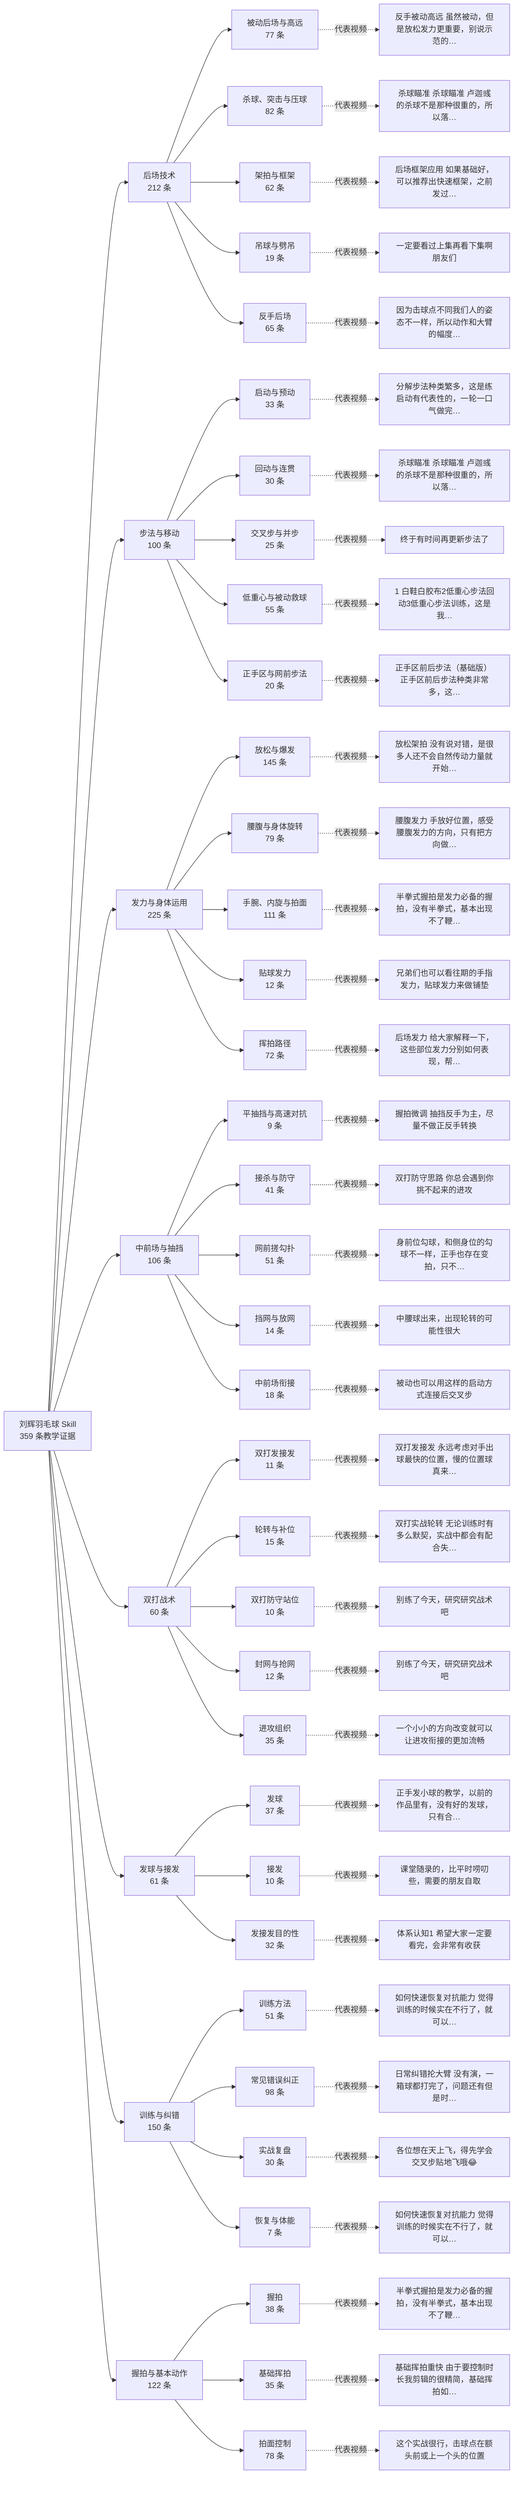
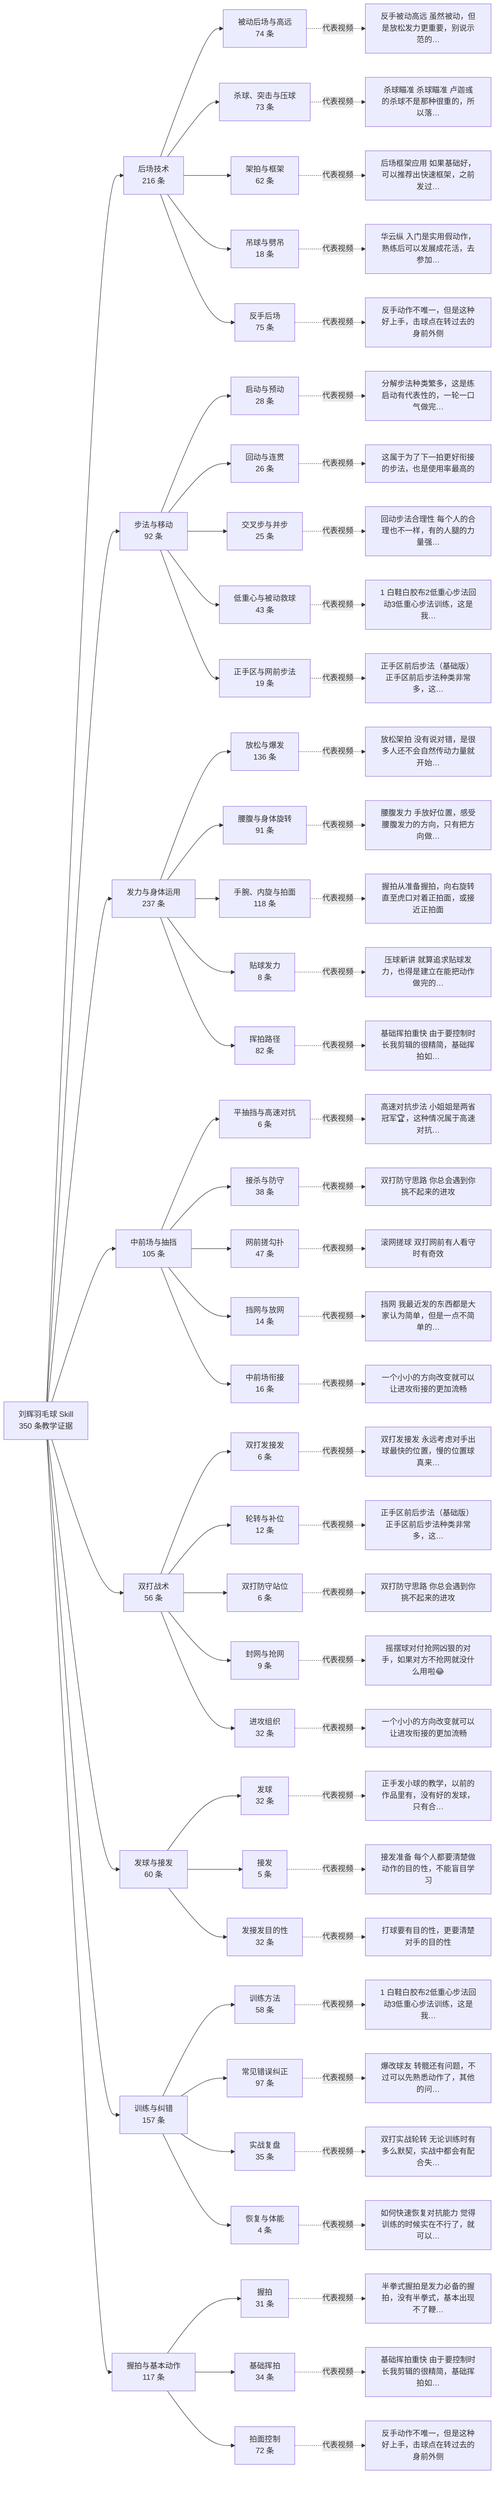
flowchart LR
-   root["刘辉羽毛球 Skill<br/>359 条教学证据"]
-   c0["后场技术<br/>212 条"]
+   root["刘辉羽毛球 Skill<br/>350 条教学证据"]
+   c0["后场技术<br/>216 条"]
  root --> c0
-   s0_0["被动后场与高远<br/>77 条"]
+   s0_0["被动后场与高远<br/>74 条"]
  c0 --> s0_0
  v0_0["反手被动高远 虽然被动，但是放松发力更重要，别说示范的…"]
  s0_0 -.代表视频.-> v0_0
-   s0_1["杀球、突击与压球<br/>82 条"]
+   s0_1["杀球、突击与压球<br/>73 条"]
  c0 --> s0_1
  v0_1["杀球瞄准 杀球瞄准 卢迦彧的杀球不是那种很重的，所以落…"]
  s0_1 -.代表视频.-> v0_1
  s0_2["架拍与框架<br/>62 条"]
  c0 --> s0_2
  v0_2["后场框架应用 如果基础好，可以推荐出快速框架，之前发过…"]
  s0_2 -.代表视频.-> v0_2
-   s0_3["吊球与劈吊<br/>19 条"]
+   s0_3["吊球与劈吊<br/>18 条"]
  c0 --> s0_3
-   v0_3["一定要看过上集再看下集啊朋友们"]
+   v0_3["华云纵 入门是实用假动作，熟练后可以发展成花活，去参加…"]
  s0_3 -.代表视频.-> v0_3
-   s0_4["反手后场<br/>65 条"]
+   s0_4["反手后场<br/>75 条"]
  c0 --> s0_4
-   v0_4["因为击球点不同我们人的姿态不一样，所以动作和大臂的幅度…"]
+   v0_4["反手动作不唯一，但是这种好上手，击球点在转过去的身前外侧"]
  s0_4 -.代表视频.-> v0_4
-   c1["步法与移动<br/>100 条"]
+   c1["步法与移动<br/>92 条"]
  root --> c1
-   s1_0["启动与预动<br/>33 条"]
+   s1_0["启动与预动<br/>28 条"]
  c1 --> s1_0
  v1_0["分解步法种类繁多，这是练启动有代表性的，一轮一口气做完…"]
  s1_0 -.代表视频.-> v1_0
-   s1_1["回动与连贯<br/>30 条"]
+   s1_1["回动与连贯<br/>26 条"]
  c1 --> s1_1
-   v1_1["杀球瞄准 杀球瞄准 卢迦彧的杀球不是那种很重的，所以落…"]
+   v1_1["这属于为了下一拍更好衔接的步法，也是使用率最高的"]
  s1_1 -.代表视频.-> v1_1
  s1_2["交叉步与并步<br/>25 条"]
  c1 --> s1_2
-   v1_2["终于有时间再更新步法了"]
+   v1_2["回动步法合理性 每个人的合理也不一样，有的人腿的力量强…"]
  s1_2 -.代表视频.-> v1_2
-   s1_3["低重心与被动救球<br/>55 条"]
+   s1_3["低重心与被动救球<br/>43 条"]
  c1 --> s1_3
  v1_3["1 白鞋白胶布2低重心步法回动3低重心步法训练，这是我…"]
  s1_3 -.代表视频.-> v1_3
-   s1_4["正手区与网前步法<br/>20 条"]
+   s1_4["正手区与网前步法<br/>19 条"]
  c1 --> s1_4
  v1_4["正手区前后步法（基础版） 正手区前后步法种类非常多，这…"]
  s1_4 -.代表视频.-> v1_4
-   c2["发力与身体运用<br/>225 条"]
+   c2["发力与身体运用<br/>237 条"]
  root --> c2
-   s2_0["放松与爆发<br/>145 条"]
+   s2_0["放松与爆发<br/>136 条"]
  c2 --> s2_0
  v2_0["放松架拍 没有说对错，是很多人还不会自然传动力量就开始…"]
  s2_0 -.代表视频.-> v2_0
-   s2_1["腰腹与身体旋转<br/>79 条"]
+   s2_1["腰腹与身体旋转<br/>91 条"]
  c2 --> s2_1
  v2_1["腰腹发力 手放好位置，感受腰腹发力的方向，只有把方向做…"]
  s2_1 -.代表视频.-> v2_1
-   s2_2["手腕、内旋与拍面<br/>111 条"]
+   s2_2["手腕、内旋与拍面<br/>118 条"]
  c2 --> s2_2
-   v2_2["半拳式握拍是发力必备的握拍，没有半拳式，基本出现不了鞭…"]
+   v2_2["握拍从准备握拍，向右旋转直至虎口对着正拍面，或接近正拍面"]
  s2_2 -.代表视频.-> v2_2
-   s2_3["贴球发力<br/>12 条"]
+   s2_3["贴球发力<br/>8 条"]
  c2 --> s2_3
-   v2_3["兄弟们也可以看往期的手指发力，贴球发力来做铺垫"]
+   v2_3["压球新讲 就算追求贴球发力，也得是建立在能把动作做完的…"]
  s2_3 -.代表视频.-> v2_3
-   s2_4["挥拍路径<br/>72 条"]
+   s2_4["挥拍路径<br/>82 条"]
  c2 --> s2_4
-   v2_4["后场发力 给大家解释一下，这些部位发力分别如何表现，帮…"]
+   v2_4["基础挥拍重快 由于要控制时长我剪辑的很精简，基础挥拍如…"]
  s2_4 -.代表视频.-> v2_4
-   c3["中前场与抽挡<br/>106 条"]
+   c3["中前场与抽挡<br/>105 条"]
  root --> c3
-   s3_0["平抽挡与高速对抗<br/>9 条"]
+   s3_0["平抽挡与高速对抗<br/>6 条"]
  c3 --> s3_0
-   v3_0["握拍微调 抽挡反手为主，尽量不做正反手转换"]
+   v3_0["高速对抗步法 小姐姐是两省冠军🏆，这种情况属于高速对抗…"]
  s3_0 -.代表视频.-> v3_0
-   s3_1["接杀与防守<br/>41 条"]
+   s3_1["接杀与防守<br/>38 条"]
  c3 --> s3_1
  v3_1["双打防守思路 你总会遇到你挑不起来的进攻"]
  s3_1 -.代表视频.-> v3_1
-   s3_2["网前搓勾扑<br/>51 条"]
+   s3_2["网前搓勾扑<br/>47 条"]
  c3 --> s3_2
-   v3_2["身前位勾球，和侧身位的勾球不一样，正手也存在变拍，只不…"]
+   v3_2["滚网搓球 双打网前有人看守时有奇效"]
  s3_2 -.代表视频.-> v3_2
  s3_3["挡网与放网<br/>14 条"]
  c3 --> s3_3
-   v3_3["中腰球出来，出现轮转的可能性很大"]
+   v3_3["挡网 我最近发的东西都是大家认为简单，但是一点不简单的…"]
  s3_3 -.代表视频.-> v3_3
-   s3_4["中前场衔接<br/>18 条"]
+   s3_4["中前场衔接<br/>16 条"]
  c3 --> s3_4
-   v3_4["被动也可以用这样的启动方式连接后交叉步"]
+   v3_4["一个小小的方向改变就可以让进攻衔接的更加流畅"]
  s3_4 -.代表视频.-> v3_4
-   c4["双打战术<br/>60 条"]
+   c4["双打战术<br/>56 条"]
  root --> c4
-   s4_0["双打发接发<br/>11 条"]
+   s4_0["双打发接发<br/>6 条"]
  c4 --> s4_0
  v4_0["双打发接发 永远考虑对手出球最快的位置，慢的位置球真来…"]
  s4_0 -.代表视频.-> v4_0
-   s4_1["轮转与补位<br/>15 条"]
+   s4_1["轮转与补位<br/>12 条"]
  c4 --> s4_1
-   v4_1["双打实战轮转 无论训练时有多么默契，实战中都会有配合失…"]
+   v4_1["正手区前后步法（基础版） 正手区前后步法种类非常多，这…"]
  s4_1 -.代表视频.-> v4_1
-   s4_2["双打防守站位<br/>10 条"]
+   s4_2["双打防守站位<br/>6 条"]
  c4 --> s4_2
-   v4_2["别练了今天，研究研究战术吧"]
+   v4_2["双打防守思路 你总会遇到你挑不起来的进攻"]
  s4_2 -.代表视频.-> v4_2
-   s4_3["封网与抢网<br/>12 条"]
+   s4_3["封网与抢网<br/>9 条"]
  c4 --> s4_3
-   v4_3["别练了今天，研究研究战术吧"]
+   v4_3["摇摆球对付抢网凶狠的对手，如果对方不抢网就没什么用啦😂"]
  s4_3 -.代表视频.-> v4_3
-   s4_4["进攻组织<br/>35 条"]
+   s4_4["进攻组织<br/>32 条"]
  c4 --> s4_4
  v4_4["一个小小的方向改变就可以让进攻衔接的更加流畅"]
  s4_4 -.代表视频.-> v4_4
-   c5["发球与接发<br/>61 条"]
+   c5["发球与接发<br/>60 条"]
  root --> c5
-   s5_0["发球<br/>37 条"]
+   s5_0["发球<br/>32 条"]
  c5 --> s5_0
  v5_0["正手发小球的教学，以前的作品里有，没有好的发球，只有合…"]
  s5_0 -.代表视频.-> v5_0
-   s5_1["接发<br/>10 条"]
+   s5_1["接发<br/>5 条"]
  c5 --> s5_1
-   v5_1["课堂随录的，比平时唠叨些，需要的朋友自取"]
+   v5_1["接发准备 每个人都要清楚做动作的目的性，不能盲目学习"]
  s5_1 -.代表视频.-> v5_1
  s5_2["发接发目的性<br/>32 条"]
  c5 --> s5_2
-   v5_2["体系认知1 希望大家一定要看完，会非常有收获"]
+   v5_2["打球要有目的性，更要清楚对手的目的性"]
  s5_2 -.代表视频.-> v5_2
-   c6["训练与纠错<br/>150 条"]
+   c6["训练与纠错<br/>157 条"]
  root --> c6
-   s6_0["训练方法<br/>51 条"]
+   s6_0["训练方法<br/>58 条"]
  c6 --> s6_0
-   v6_0["如何快速恢复对抗能力 觉得训练的时候实在不行了，就可以…"]
+   v6_0["1 白鞋白胶布2低重心步法回动3低重心步法训练，这是我…"]
  s6_0 -.代表视频.-> v6_0
-   s6_1["常见错误纠正<br/>98 条"]
+   s6_1["常见错误纠正<br/>97 条"]
  c6 --> s6_1
-   v6_1["日常纠错抡大臂 没有演，一箱球都打完了，问题还有但是时…"]
+   v6_1["爆改球友 转髋还有问题，不过可以先熟悉动作了，其他的问…"]
  s6_1 -.代表视频.-> v6_1
-   s6_2["实战复盘<br/>30 条"]
+   s6_2["实战复盘<br/>35 条"]
  c6 --> s6_2
-   v6_2["各位想在天上飞，得先学会交叉步贴地飞哦😂"]
+   v6_2["双打实战轮转 无论训练时有多么默契，实战中都会有配合失…"]
  s6_2 -.代表视频.-> v6_2
-   s6_3["恢复与体能<br/>7 条"]
+   s6_3["恢复与体能<br/>4 条"]
  c6 --> s6_3
  v6_3["如何快速恢复对抗能力 觉得训练的时候实在不行了，就可以…"]
  s6_3 -.代表视频.-> v6_3
-   c7["握拍与基本动作<br/>122 条"]
+   c7["握拍与基本动作<br/>117 条"]
  root --> c7
-   s7_0["握拍<br/>38 条"]
+   s7_0["握拍<br/>31 条"]
  c7 --> s7_0
  v7_0["半拳式握拍是发力必备的握拍，没有半拳式，基本出现不了鞭…"]
  s7_0 -.代表视频.-> v7_0
-   s7_1["基础挥拍<br/>35 条"]
+   s7_1["基础挥拍<br/>34 条"]
  c7 --> s7_1
  v7_1["基础挥拍重快 由于要控制时长我剪辑的很精简，基础挥拍如…"]
  s7_1 -.代表视频.-> v7_1
-   s7_2["拍面控制<br/>78 条"]
+   s7_2["拍面控制<br/>72 条"]
  c7 --> s7_2
-   v7_2["这个实战很行，击球点在额头前或上一个头的位置"]
+   v7_2["反手动作不唯一，但是这种好上手，击球点在转过去的身前外侧"]
  s7_2 -.代表视频.-> v7_2
